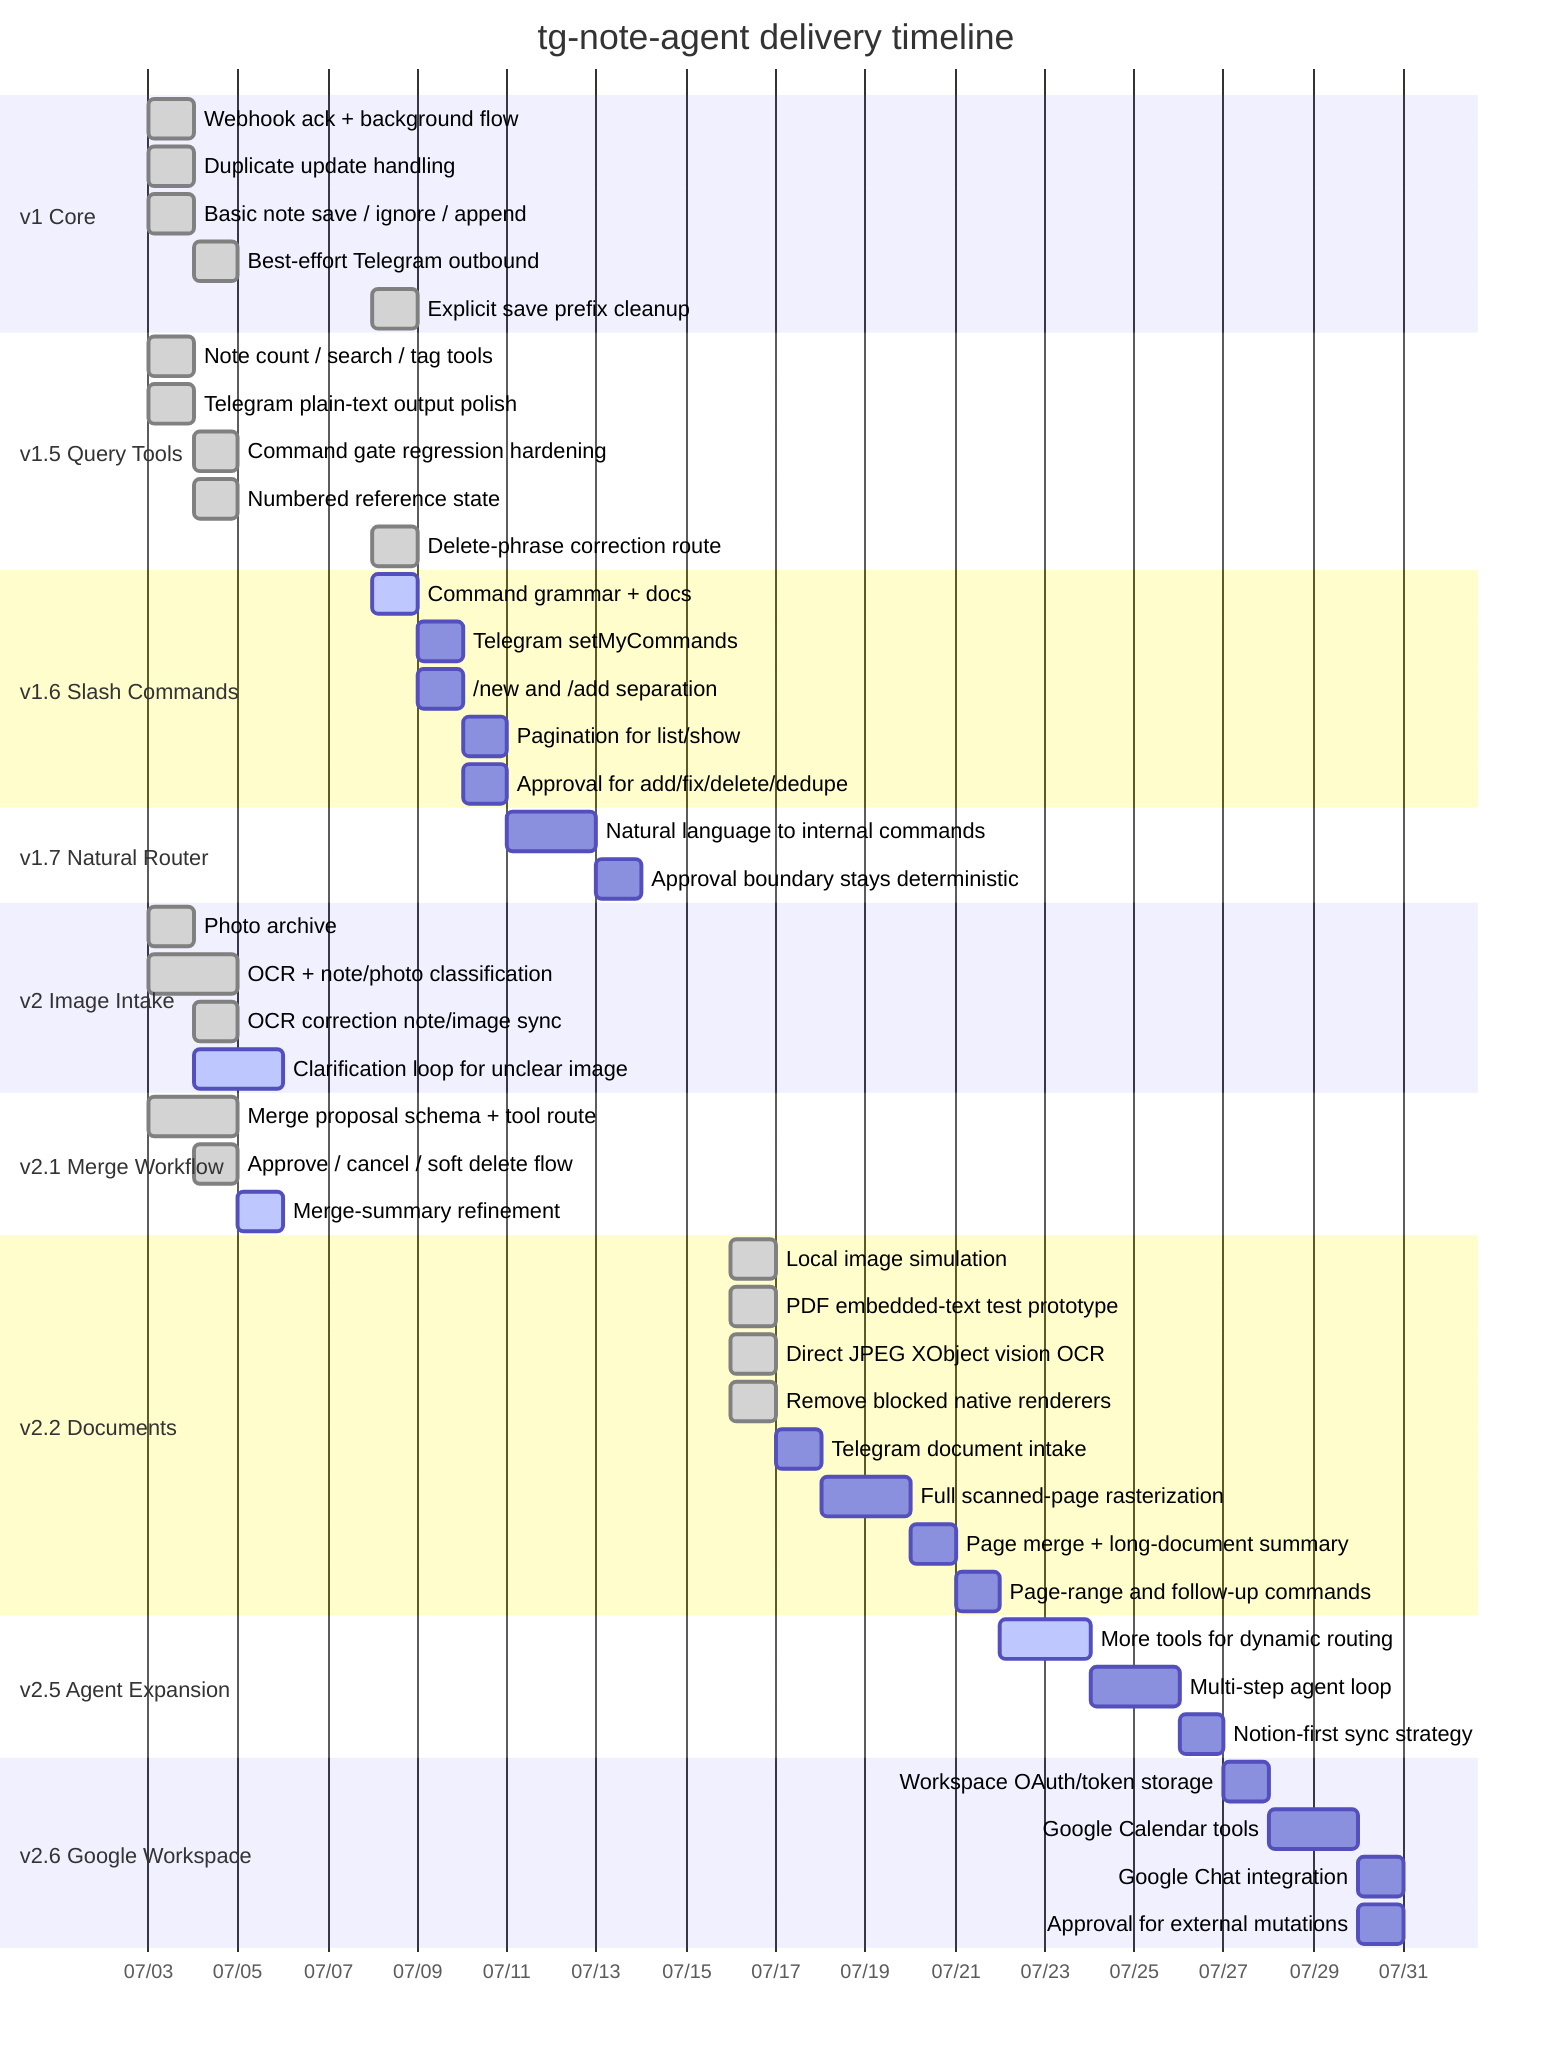
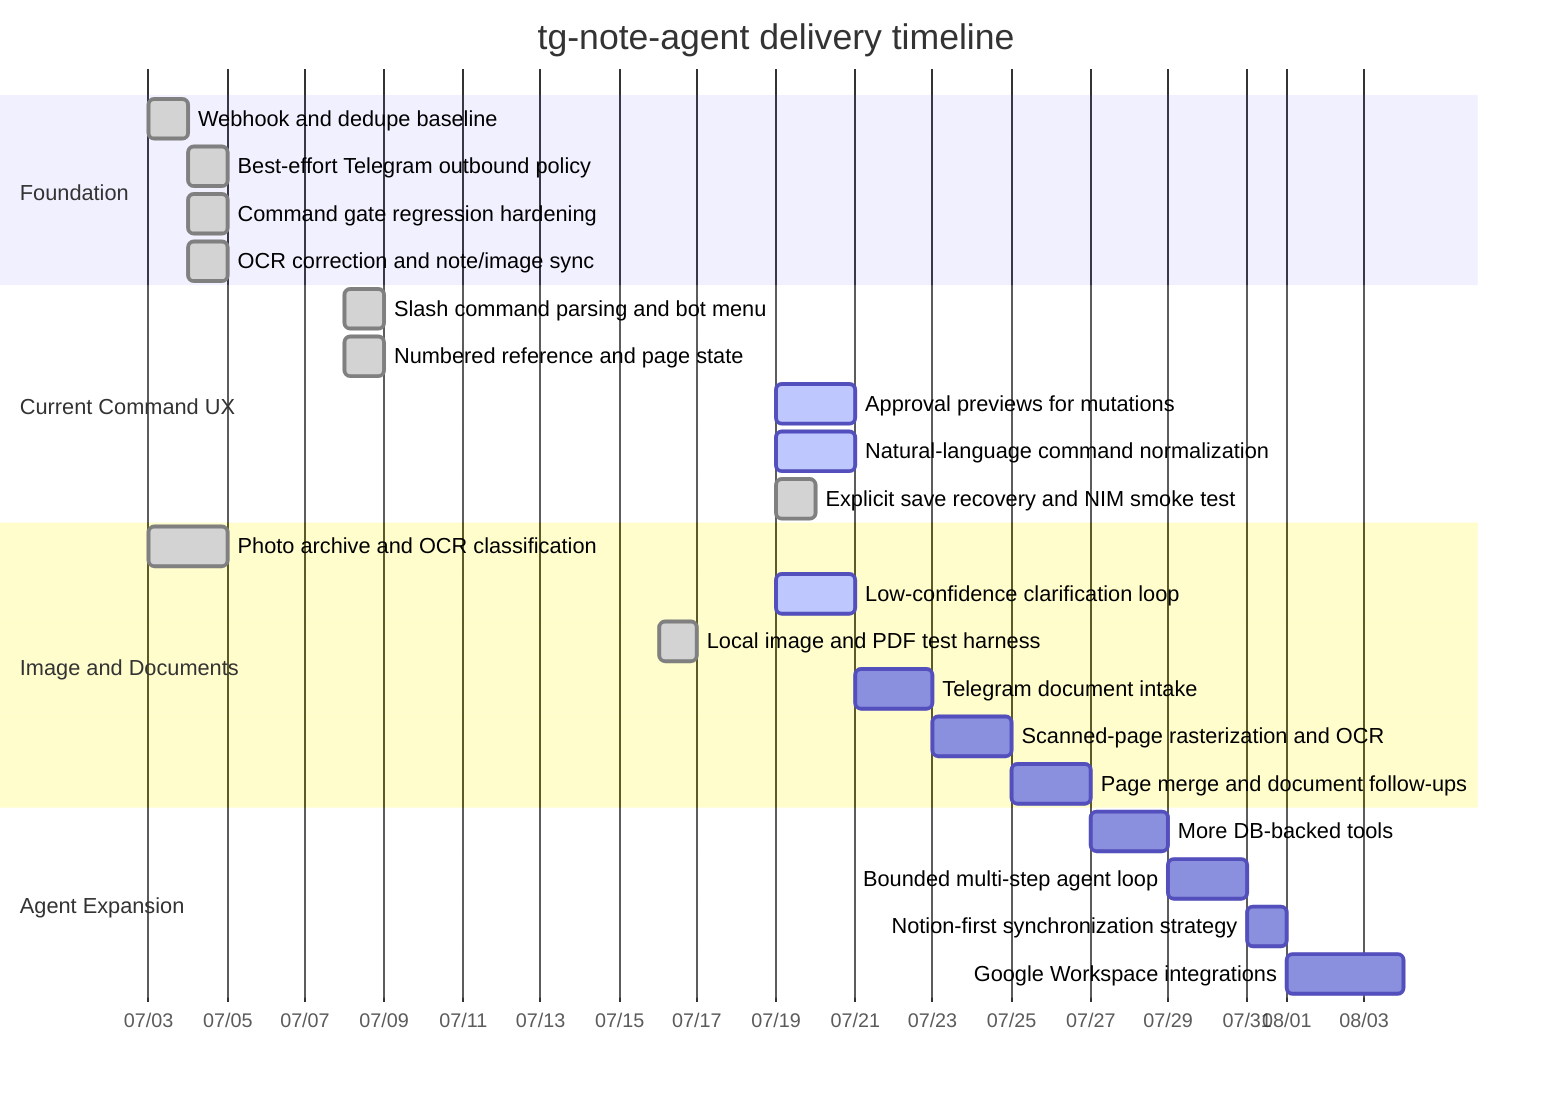
gantt
    title tg-note-agent delivery timeline
    dateFormat  YYYY-MM-DD
    axisFormat  %m/%d

-     section v1 Core
-     Webhook ack + background flow       :done, v1a, 2026-07-03, 1d
-     Duplicate update handling           :done, v1b, 2026-07-03, 1d
-     Basic note save / ignore / append   :done, v1c, 2026-07-03, 1d
-     Best-effort Telegram outbound        :done, v1d, 2026-07-04, 1d
-     Explicit save prefix cleanup         :done, v1e, 2026-07-08, 1d
+     section Foundation
+     Webhook and dedupe baseline             :done, base1, 2026-07-03, 1d
+     Best-effort Telegram outbound policy    :done, base2, 2026-07-04, 1d
+     Command gate regression hardening       :done, base3, 2026-07-04, 1d
+     OCR correction and note/image sync      :done, base4, 2026-07-04, 1d

-     section v1.5 Query Tools
-     Note count / search / tag tools     :done, v15a, 2026-07-03, 1d
-     Telegram plain-text output polish   :done, v15b, 2026-07-03, 1d
-     Command gate regression hardening    :done, v15c, 2026-07-04, 1d
-     Numbered reference state             :done, v15d, 2026-07-04, 1d
-     Delete-phrase correction route       :done, v15e, 2026-07-08, 1d
+     section Current Command UX
+     Slash command parsing and bot menu      :done, cmd1, 2026-07-08, 1d
+     Numbered reference and page state       :done, cmd2, 2026-07-08, 1d
+     Approval previews for mutations         :active, cmd3, 2026-07-19, 2d
+     Natural-language command normalization  :active, cmd4, 2026-07-19, 2d
+     Explicit save recovery and NIM smoke test:done, cmd5, 2026-07-19, 1d

-     section v1.6 Slash Commands
-     Command grammar + docs               :active, v16a, 2026-07-08, 1d
-     Telegram setMyCommands               :v16b, after v16a, 1d
-     /new and /add separation             :v16c, after v16a, 1d
-     Pagination for list/show             :v16d, after v16b, 1d
-     Approval for add/fix/delete/dedupe   :v16e, after v16c, 1d
+     section Image and Documents
+     Photo archive and OCR classification    :done, img1, 2026-07-03, 2d
+     Low-confidence clarification loop       :active, img2, 2026-07-19, 2d
+     Local image and PDF test harness        :done, doc1, 2026-07-16, 1d
+     Telegram document intake                :doc2, after img2, 2d
+     Scanned-page rasterization and OCR      :doc3, after doc2, 2d
+     Page merge and document follow-ups      :doc4, after doc3, 2d

-     section v1.7 Natural Router
-     Natural language to internal commands:v17a, after v16e, 2d
-     Approval boundary stays deterministic:v17b, after v17a, 1d
- 
-     section v2 Image Intake
-     Photo archive                       :done, v2a, 2026-07-03, 1d
-     OCR + note/photo classification     :done, v2b, 2026-07-03, 2d
-     OCR correction note/image sync       :done, v2c, 2026-07-04, 1d
-     Clarification loop for unclear image:active, v2d, 2026-07-04, 2d
- 
-     section v2.1 Merge Workflow
-     Merge proposal schema + tool route  :done, v21a, 2026-07-03, 2d
-     Approve / cancel / soft delete flow :done, v21b, 2026-07-04, 1d
-     Merge-summary refinement            :active, v21c, 2026-07-05, 1d
- 
-     section v2.2 Documents
-     Local image simulation               :done, v22a, 2026-07-16, 1d
-     PDF embedded-text test prototype     :done, v22b, 2026-07-16, 1d
-     Direct JPEG XObject vision OCR       :done, v22c, 2026-07-16, 1d
-     Remove blocked native renderers      :done, v22d, 2026-07-16, 1d
-     Telegram document intake             :v22e, after v22d, 1d
-     Full scanned-page rasterization      :v22f, after v22e, 2d
-     Page merge + long-document summary   :v22g, after v22f, 1d
-     Page-range and follow-up commands    :v22h, after v22g, 1d
- 
-     section v2.5 Agent Expansion
-     More tools for dynamic routing      :active, v25a, after v22h, 2d
-     Multi-step agent loop               :v25b, after v25a, 2d
-     Notion-first sync strategy          :v25c, after v25b, 1d
- 
-     section v2.6 Google Workspace
-     Workspace OAuth/token storage       :v26a, after v25c, 1d
-     Google Calendar tools               :v26b, after v26a, 2d
-     Google Chat integration             :v26c, after v26b, 1d
-     Approval for external mutations     :v26d, after v26b, 1d
+     section Agent Expansion
+     More DB-backed tools                    :agent1, after doc4, 2d
+     Bounded multi-step agent loop           :agent2, after agent1, 2d
+     Notion-first synchronization strategy   :agent3, after agent2, 1d
+     Google Workspace integrations           :agent4, after agent3, 3d